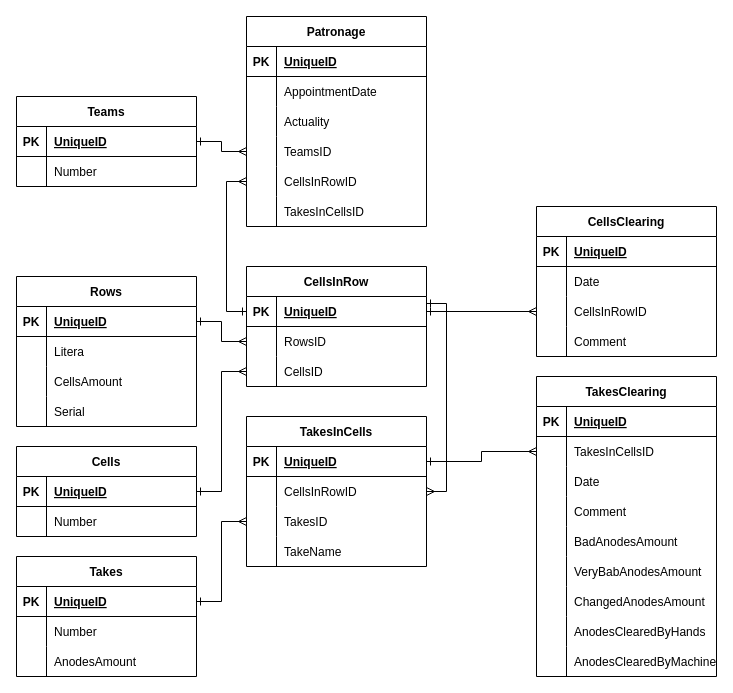
Mortimer08/ProjectAnodes keeps this draw.io diagram as dbAnodesSchem.drawio. Above is the earlier version. Source tidied: cells renumbered, new cells numbered last; positions are measured from the earlier drawing's top-left corner, leaving out a move shared by most shapes. Both pictures are drawn from the tidied source at 100%, with x=0, y=0 at pixel (16, 16).
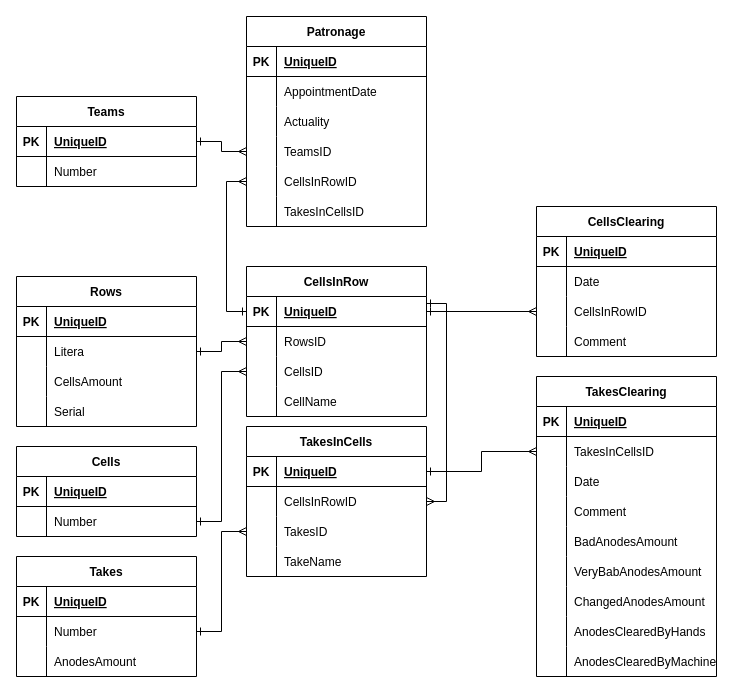
Above is the later version.

The change refers to these unchanged cells:
```xml
<mxCell id="3" style="shape=tableRow;horizontal=0;startSize=0;swimlaneHead=0;swimlaneBody=0;fillColor=none;points=[[0,0.5],[1,0.5]];portConstraint=eastwest;top=0;left=0;right=0;bottom=1;" parent="2" vertex="1">
  <mxGeometry y="30" width="180" height="30" as="geometry" />
</mxCell>
<mxCell id="6" style="shape=tableRow;horizontal=0;startSize=0;swimlaneHead=0;swimlaneBody=0;fillColor=none;points=[[0,0.5],[1,0.5]];portConstraint=eastwest;top=0;left=0;right=0;bottom=0;" parent="2" vertex="1">
  <mxGeometry y="60" width="180" height="30" as="geometry" />
</mxCell>
<mxCell id="16" style="shape=tableRow;horizontal=0;startSize=0;swimlaneHead=0;swimlaneBody=0;fillColor=none;points=[[0,0.5],[1,0.5]];portConstraint=eastwest;top=0;left=0;right=0;bottom=1;" parent="15" vertex="1">
  <mxGeometry y="30" width="180" height="30" as="geometry" />
</mxCell>
<mxCell id="19" style="shape=tableRow;horizontal=0;startSize=0;swimlaneHead=0;swimlaneBody=0;fillColor=none;points=[[0,0.5],[1,0.5]];portConstraint=eastwest;top=0;left=0;right=0;bottom=0;" parent="15" vertex="1">
  <mxGeometry y="60" width="180" height="30" as="geometry" />
</mxCell>
<mxCell id="23" style="shape=tableRow;horizontal=0;startSize=0;swimlaneHead=0;swimlaneBody=0;fillColor=none;points=[[0,0.5],[1,0.5]];portConstraint=eastwest;top=0;left=0;right=0;bottom=1;" parent="22" vertex="1">
  <mxGeometry y="30" width="180" height="30" as="geometry" />
</mxCell>
<mxCell id="26" style="shape=tableRow;horizontal=0;startSize=0;swimlaneHead=0;swimlaneBody=0;fillColor=none;points=[[0,0.5],[1,0.5]];portConstraint=eastwest;top=0;left=0;right=0;bottom=0;" parent="22" vertex="1">
  <mxGeometry y="60" width="180" height="30" as="geometry" />
</mxCell>
<mxCell id="66" style="shape=tableRow;horizontal=0;startSize=0;swimlaneHead=0;swimlaneBody=0;fillColor=none;points=[[0,0.5],[1,0.5]];portConstraint=eastwest;top=0;left=0;right=0;bottom=0;" parent="59" vertex="1">
  <mxGeometry y="90" width="180" height="30" as="geometry" />
</mxCell>
<mxCell id="77" style="shape=tableRow;horizontal=0;startSize=0;swimlaneHead=0;swimlaneBody=0;fillColor=none;points=[[0,0.5],[1,0.5]];portConstraint=eastwest;top=0;left=0;right=0;bottom=0;" parent="73" vertex="1">
  <mxGeometry y="60" width="180" height="30" as="geometry" />
</mxCell>
<mxCell id="80" style="shape=tableRow;horizontal=0;startSize=0;swimlaneHead=0;swimlaneBody=0;fillColor=none;points=[[0,0.5],[1,0.5]];portConstraint=eastwest;top=0;left=0;right=0;bottom=0;" parent="73" vertex="1">
  <mxGeometry y="90" width="180" height="30" as="geometry" />
</mxCell>
```

Change to the diagram source:
```diff
@@
     <mxCell id="59" value="TakesInCells" style="shape=table;startSize=30;childLayout=tableLayout;rowLines=0;fontStyle=1;align=center;" parent="1" vertex="1">
-      <mxGeometry x="230" y="400" width="180" height="150" as="geometry" />
+      <mxGeometry x="230" y="410" width="180" height="150" as="geometry" />
     </mxCell>
@@
     <mxCell id="73" value="CellsInRow" style="shape=table;startSize=30;childLayout=tableLayout;rowLines=0;fontStyle=1;align=center;" parent="1" vertex="1">
-      <mxGeometry x="230" y="250" width="180" height="120" as="geometry" />
+      <mxGeometry x="230" y="250" width="180" height="150" as="geometry" />
     </mxCell>
@@
+    <mxCell id="130" style="shape=tableRow;horizontal=0;startSize=0;swimlaneHead=0;swimlaneBody=0;fillColor=none;top=0;left=0;right=0;bottom=0;" parent="73" vertex="1">
+      <mxGeometry y="120" width="180" height="30" as="geometry" />
+    </mxCell>
+    <mxCell id="131" style="shape=partialRectangle;fillColor=none;top=0;left=0;bottom=0;right=0;overflow=hidden;" parent="130" vertex="1">
+      <mxGeometry width="30" height="30" as="geometry" />
+    </mxCell>
+    <mxCell id="132" value="CellName" style="shape=partialRectangle;fillColor=none;top=0;left=0;bottom=0;right=0;align=left;spacingLeft=6;overflow=hidden;" parent="130" vertex="1">
+      <mxGeometry x="30" width="150" height="30" as="geometry" />
+    </mxCell>
-    <mxCell id="83" style="edgeStyle=orthogonalEdgeStyle;rounded=0;jettySize=auto;html=1;exitX=1;exitY=0.5;exitDx=0;exitDy=0;entryX=0;entryY=0.5;entryDx=0;entryDy=0;endArrow=ERmany;endFill=0;startArrow=ERone;startFill=0;" parent="1" edge="1" source="3" target="77">
+    <mxCell id="83" style="edgeStyle=orthogonalEdgeStyle;rounded=0;jettySize=auto;html=1;exitX=1;exitY=0.5;exitDx=0;exitDy=0;entryX=0;entryY=0.5;entryDx=0;entryDy=0;endArrow=ERmany;endFill=0;startArrow=ERone;startFill=0;" parent="1" edge="1" source="6" target="77">
       <mxGeometry relative="1" as="geometry" />
     </mxCell>
-    <mxCell id="84" style="edgeStyle=orthogonalEdgeStyle;rounded=0;jettySize=auto;html=1;exitX=1;exitY=0.5;exitDx=0;exitDy=0;entryX=0;entryY=0.5;entryDx=0;entryDy=0;endArrow=ERmany;endFill=0;startArrow=ERone;startFill=0;" parent="1" edge="1" source="16" target="80">
+    <mxCell id="84" style="edgeStyle=orthogonalEdgeStyle;rounded=0;jettySize=auto;html=1;exitX=1;exitY=0.5;exitDx=0;exitDy=0;entryX=0;entryY=0.5;entryDx=0;entryDy=0;endArrow=ERmany;endFill=0;startArrow=ERone;startFill=0;" parent="1" edge="1" source="19" target="80">
       <mxGeometry relative="1" as="geometry" />
     </mxCell>
@@
-    <mxCell id="99" style="edgeStyle=orthogonalEdgeStyle;rounded=0;jettySize=auto;html=1;exitX=1;exitY=0.5;exitDx=0;exitDy=0;entryX=0;entryY=0.5;entryDx=0;entryDy=0;startArrow=ERone;startFill=0;endArrow=ERmany;endFill=0;" parent="1" edge="1" source="23" target="66">
+    <mxCell id="99" style="edgeStyle=orthogonalEdgeStyle;rounded=0;jettySize=auto;html=1;exitX=1;exitY=0.5;exitDx=0;exitDy=0;entryX=0;entryY=0.5;entryDx=0;entryDy=0;startArrow=ERone;startFill=0;endArrow=ERmany;endFill=0;" parent="1" edge="1" source="26" target="66">
       <mxGeometry relative="1" as="geometry" />
     </mxCell>
```
